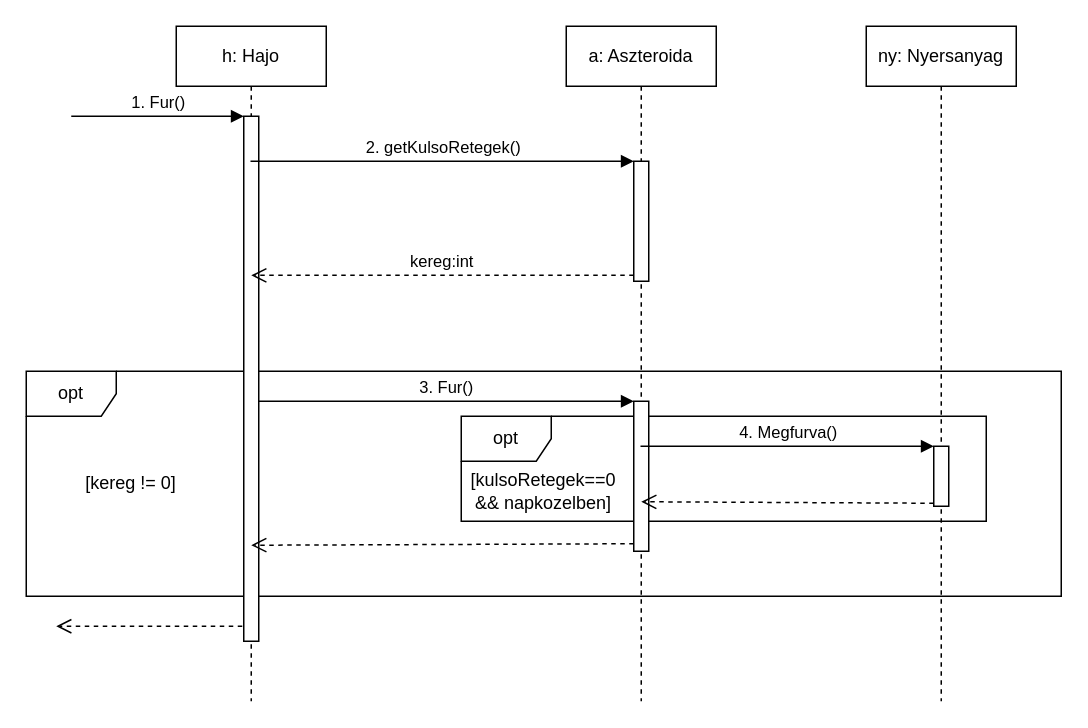
This is doc/uml/ship_drills.drawio from torpeBoiGo/aszteroidabanyaszat, a draw.io file, before an edit. Source tidied: cells renumbered, new cells numbered last; positions are measured from the earlier drawing's top-left corner, leaving out a move shared by most shapes. Both pictures are drawn from the tidied source at 150%, with x=0, y=0 at pixel (26, 26).
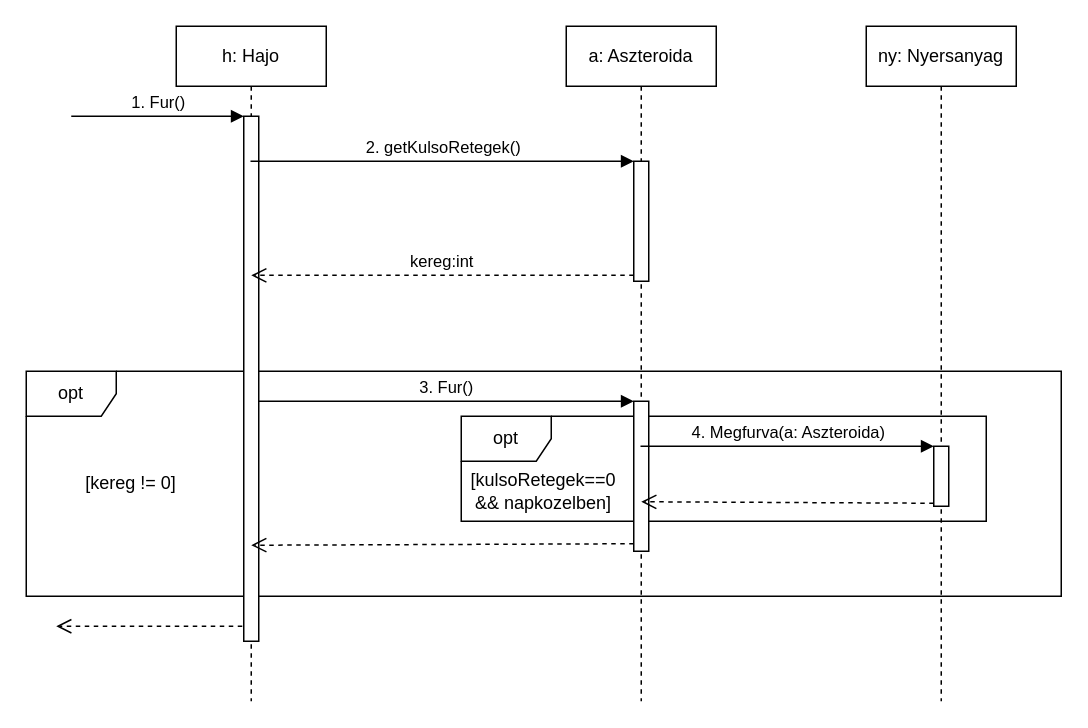
The same diagram, later.

Commit message:
Update ship_drills.drawio: parameter javitas

The change refers to these unchanged cells:
```xml
<mxCell id="14" style="html=1;points=[];perimeter=orthogonalPerimeter;" parent="13" vertex="1">
  <mxGeometry x="45" y="280" width="10" height="40" as="geometry" />
</mxCell>
```

Diff of the diagram source:
```diff
@@
-    <mxCell id="15" value="4. Megfurva()" style="html=1;verticalAlign=bottom;endArrow=block;entryX=0;entryY=0;" parent="1" edge="1" target="14">
+    <mxCell id="15" value="4. Megfurva(a: Aszteroida)" style="html=1;verticalAlign=bottom;endArrow=block;entryX=0;entryY=0;" parent="1" edge="1" target="14">
       <mxGeometry relative="1" as="geometry">
         <mxPoint x="409.5" y="280" as="sourcePoint" />
       </mxGeometry>
     </mxCell>
```
